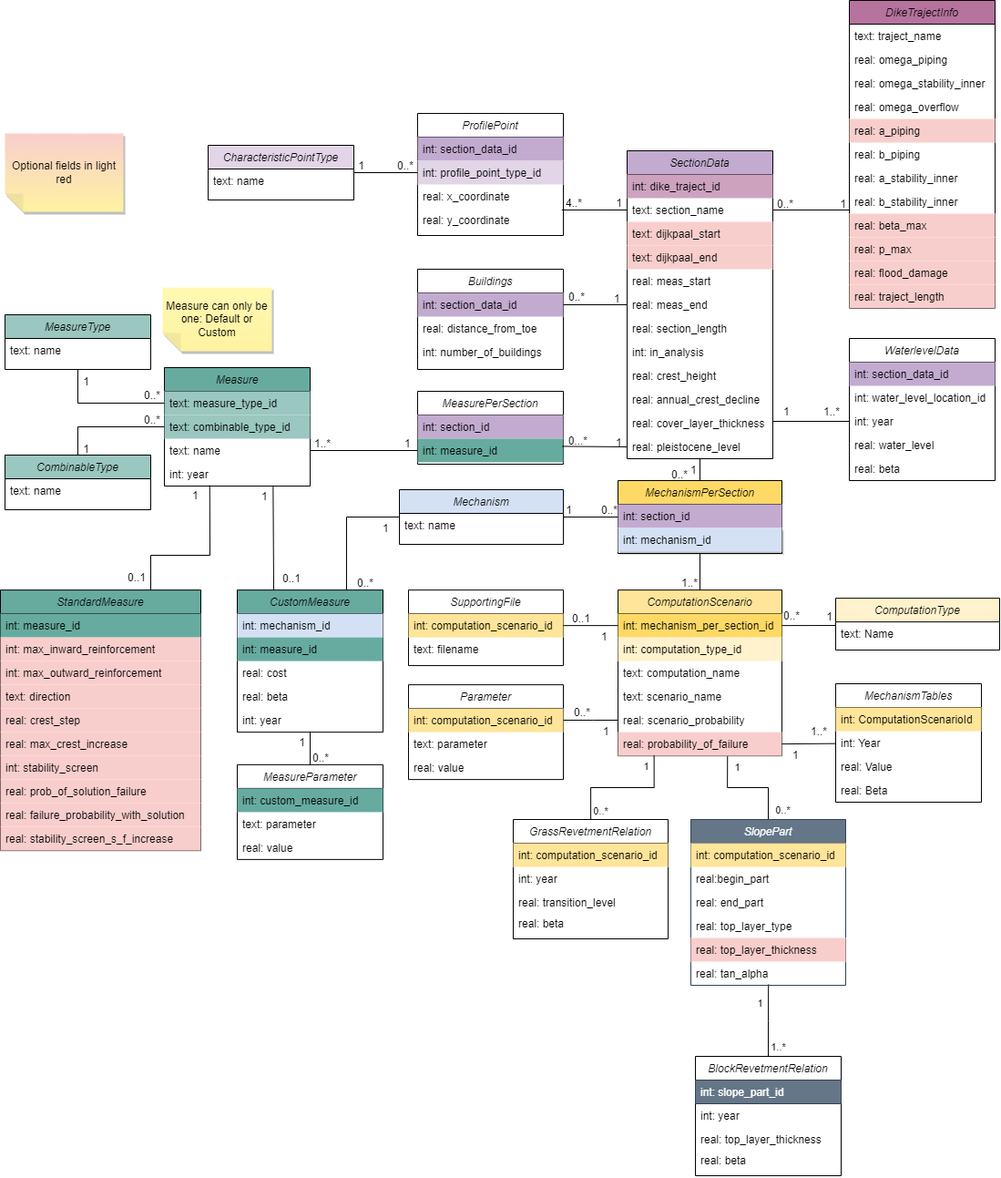
The draw.io diagram docs/db_diagram/vrtool_sql_input.drawio.png in Deltares/Veiligheidsrendement, before a commit. Source tidied: cells renumbered, new cells last; positions are measured from the earlier drawing's top-left corner, leaving out a move shared by most shapes.
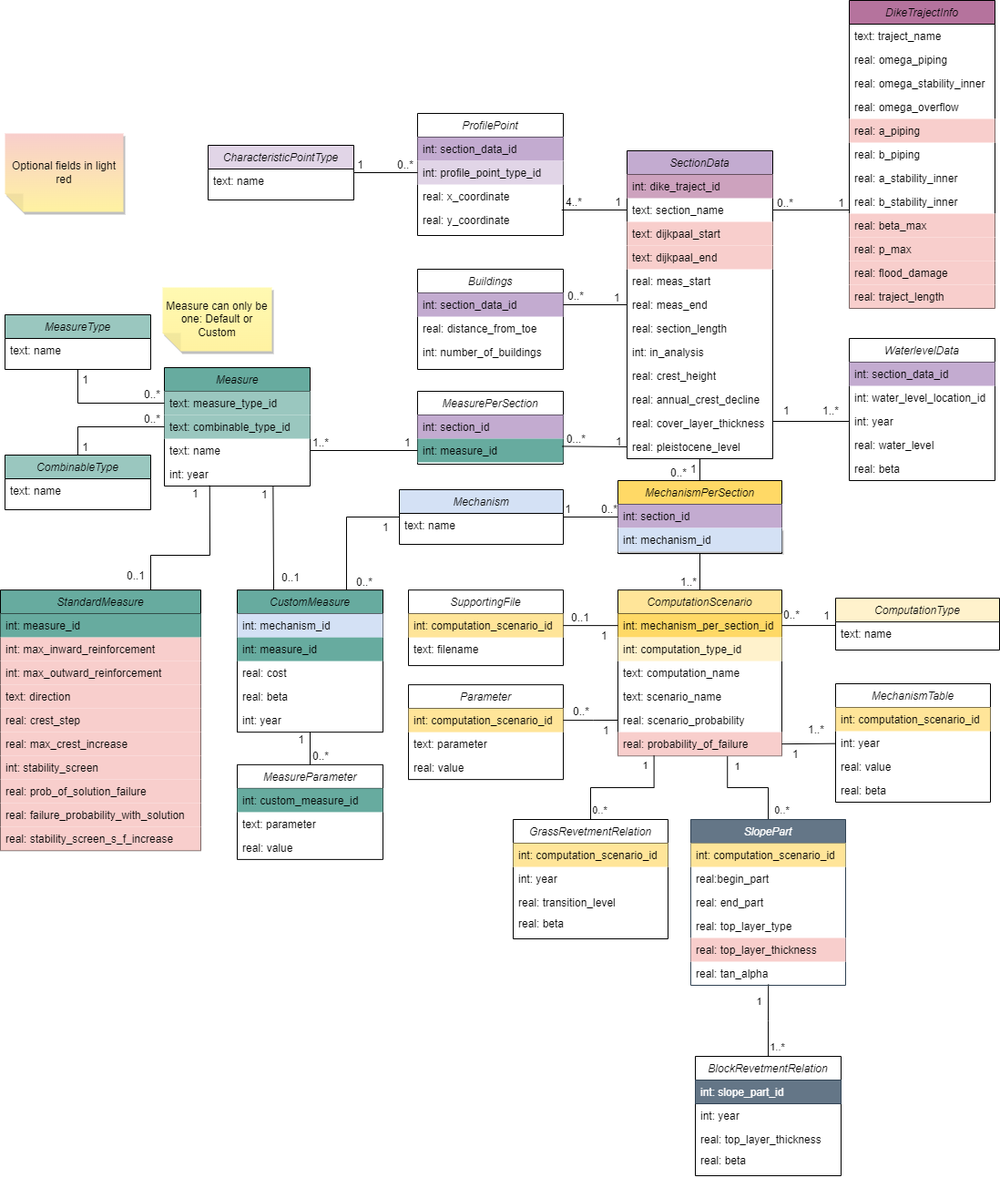
The same file after the commit.

Commit message:
Updated database design:

- Corrected existing table and column names to match with the actual database

What changed in the source:
```diff
@@ -83,20 +83,20 @@
     <mxCell id="28" value="real: y_coordinate" style="text;align=left;verticalAlign=top;spacingLeft=4;spacingRight=4;overflow=hidden;points=[[0,0.5],[1,0.5]];portConstraint=eastwest;rounded=0;shadow=0;html=0;" parent="24" vertex="1">
       <mxGeometry y="104" width="160" height="26" as="geometry" />
     </mxCell>
-    <mxCell id="29" value="MechanismTables" style="swimlane;fontStyle=2;align=center;verticalAlign=top;horizontal=1;startSize=26;rounded=0;shadow=0;strokeWidth=1;fillColor=none;" parent="1" vertex="1">
-      <mxGeometry x="917" y="750" width="160" height="130" as="geometry" />
+    <mxCell id="29" value="MechanismTable" style="swimlane;fontStyle=2;align=center;verticalAlign=top;horizontal=1;startSize=26;rounded=0;shadow=0;strokeWidth=1;fillColor=none;" parent="1" vertex="1">
+      <mxGeometry x="917" y="750" width="170" height="130" as="geometry" />
     </mxCell>
-    <mxCell id="30" value="int: ComputationScenarioId" style="text;align=left;verticalAlign=top;spacingLeft=4;spacingRight=4;overflow=hidden;rounded=0;shadow=0;html=0;fillColor=#FFE599;" parent="29" vertex="1">
-      <mxGeometry y="26" width="160" height="26" as="geometry" />
+    <mxCell id="30" value="int: computation_scenario_id" style="text;align=left;verticalAlign=top;spacingLeft=4;spacingRight=4;overflow=hidden;rounded=0;shadow=0;html=0;fillColor=#FFE599;" parent="29" vertex="1">
+      <mxGeometry y="26" width="170" height="26" as="geometry" />
     </mxCell>
-    <mxCell id="31" value="int: Year" style="text;align=left;verticalAlign=top;spacingLeft=4;spacingRight=4;overflow=hidden;rounded=0;shadow=0;html=0;" parent="29" vertex="1">
-      <mxGeometry y="52" width="160" height="26" as="geometry" />
+    <mxCell id="31" value="int: year" style="text;align=left;verticalAlign=top;spacingLeft=4;spacingRight=4;overflow=hidden;rounded=0;shadow=0;html=0;" parent="29" vertex="1">
+      <mxGeometry y="52" width="170" height="26" as="geometry" />
     </mxCell>
-    <mxCell id="32" value="real: Value" style="text;align=left;verticalAlign=top;spacingLeft=4;spacingRight=4;overflow=hidden;rounded=0;shadow=0;html=0;" parent="29" vertex="1">
-      <mxGeometry y="78" width="160" height="26" as="geometry" />
+    <mxCell id="32" value="real: value" style="text;align=left;verticalAlign=top;spacingLeft=4;spacingRight=4;overflow=hidden;rounded=0;shadow=0;html=0;" parent="29" vertex="1">
+      <mxGeometry y="78" width="170" height="26" as="geometry" />
     </mxCell>
-    <mxCell id="33" value="real: Beta" style="text;align=left;verticalAlign=top;spacingLeft=4;spacingRight=4;overflow=hidden;rounded=0;shadow=0;html=0;" parent="29" vertex="1">
-      <mxGeometry y="104" width="160" height="26" as="geometry" />
+    <mxCell id="33" value="real: beta" style="text;align=left;verticalAlign=top;spacingLeft=4;spacingRight=4;overflow=hidden;rounded=0;shadow=0;html=0;" parent="29" vertex="1">
+      <mxGeometry y="104" width="170" height="26" as="geometry" />
     </mxCell>
     <mxCell id="34" value="MechanismPerSection" style="swimlane;fontStyle=2;align=center;verticalAlign=top;horizontal=1;startSize=26;rounded=0;shadow=0;strokeWidth=1;fillColor=#FFD966;" parent="1" vertex="1">
       <mxGeometry x="678" y="527" width="180" height="80" as="geometry" />
@@ -289,7 +289,7 @@
     <mxCell id="86" value="ComputationType" style="swimlane;fontStyle=2;align=center;verticalAlign=top;horizontal=1;startSize=26;rounded=0;shadow=0;strokeWidth=1;fillColor=#FFF2CC;" parent="1" vertex="1">
       <mxGeometry x="917" y="656.1" width="180" height="56.9" as="geometry" />
     </mxCell>
-    <mxCell id="87" value="text: Name" style="text;align=left;verticalAlign=top;spacingLeft=4;spacingRight=4;overflow=hidden;points=[[0,0.5],[1,0.5]];portConstraint=eastwest;rounded=0;shadow=0;html=0;" parent="86" vertex="1">
+    <mxCell id="87" value="text: name" style="text;align=left;verticalAlign=top;spacingLeft=4;spacingRight=4;overflow=hidden;points=[[0,0.5],[1,0.5]];portConstraint=eastwest;rounded=0;shadow=0;html=0;" parent="86" vertex="1">
       <mxGeometry y="26" width="180" height="26" as="geometry" />
     </mxCell>
     <mxCell id="88" style="endArrow=none;html=1;rounded=0;exitX=1;exitY=0.5;exitDx=0;exitDy=0;entryX=0;entryY=0.15;entryDx=0;entryDy=0;entryPerimeter=0;" parent="1" edge="1" source="52" target="87">
```
